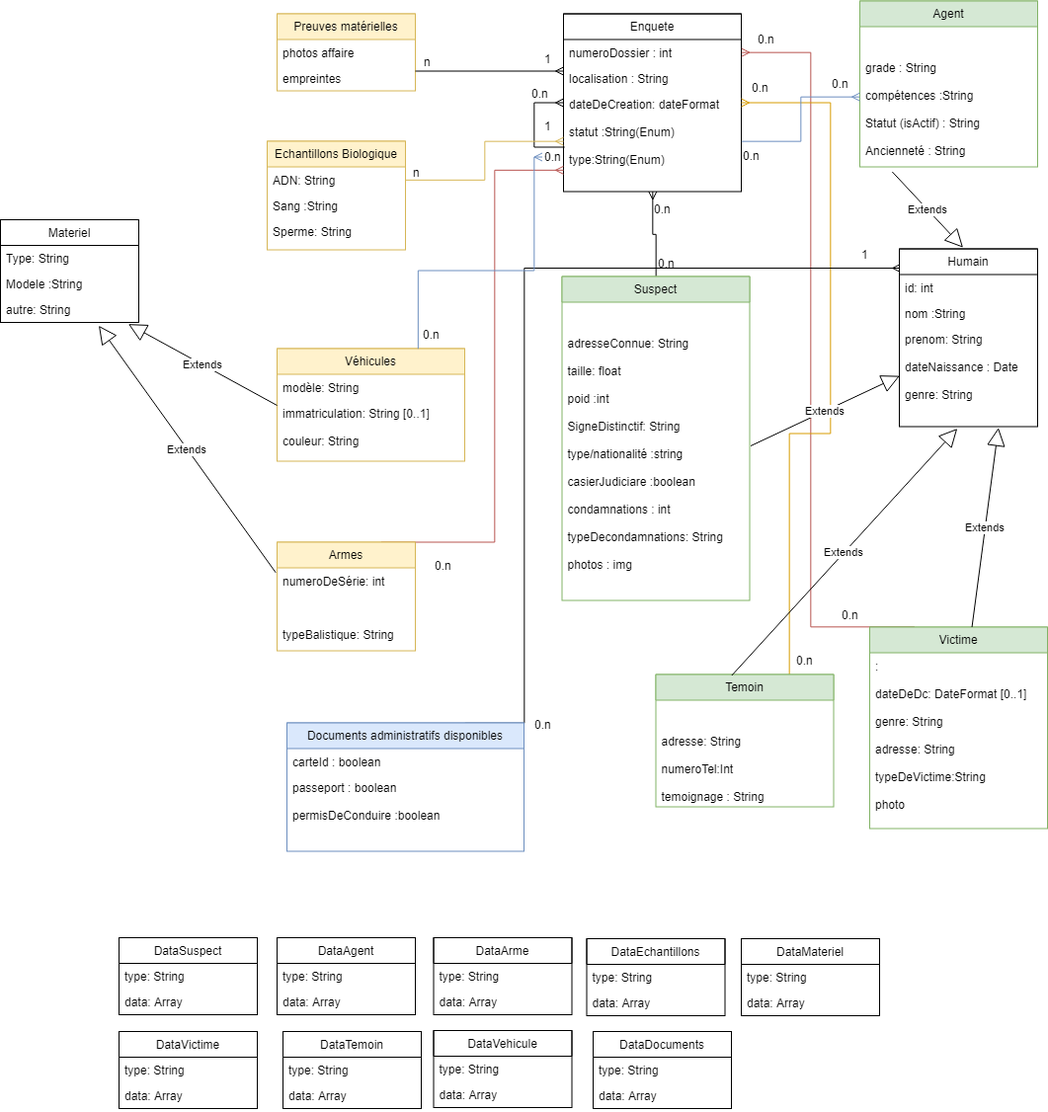
Earlier version of the draw.io export Document/diagramme_de_classe.png (jipaow/CSI-Back). Source tidied: cells renumbered, new cells last; positions are measured from the earlier drawing's top-left corner, leaving out a move shared by most shapes.
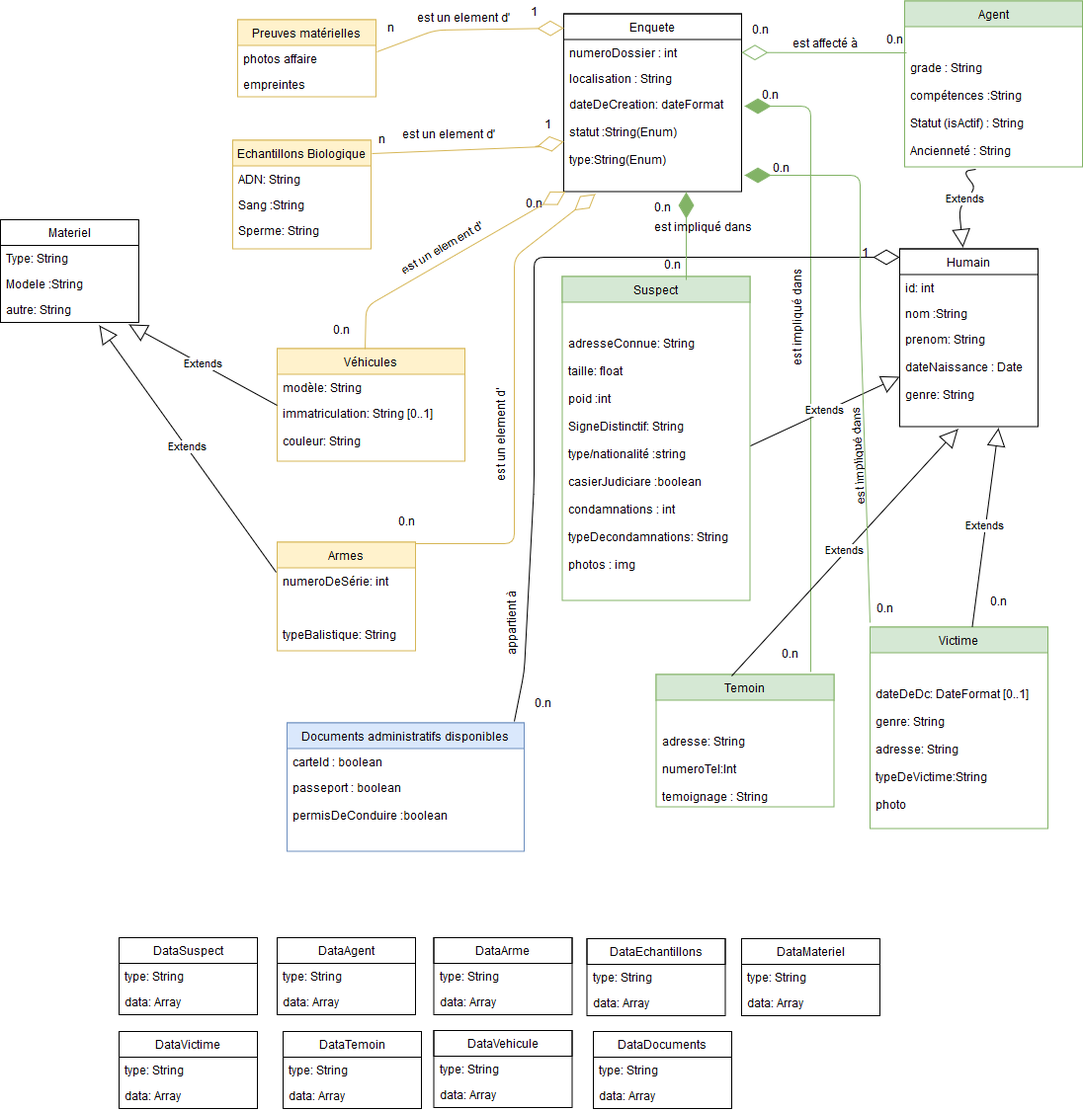
After the commit.

Diff of the diagram source:
```diff
@@ -17,3 +17,3 @@
     <mxCell id="6" value="Agent" style="swimlane;fontStyle=0;horizontal=1;startSize=26;fillColor=#d5e8d4;swimlaneFillColor=#ffffff;strokeColor=#82b366;" parent="1" vertex="1">
-      <mxGeometry x="870" y="0.5" width="180" height="168" as="geometry" />
+      <mxGeometry x="915" y="0.5" width="180" height="168" as="geometry" />
     </mxCell>
@@ -22,5 +22,2 @@
     </mxCell>
-    <mxCell id="8" style="edgeStyle=orthogonalEdgeStyle;rounded=0;html=1;exitX=0.5;exitY=0;endArrow=ERmany;endFill=0;jettySize=auto;" parent="1" edge="1" source="9" target="2">
-      <mxGeometry relative="1" as="geometry" />
-    </mxCell>
     <mxCell id="9" value="Suspect" style="swimlane;fontStyle=0;horizontal=1;startSize=26;fillColor=#d5e8d4;swimlaneFillColor=#ffffff;strokeColor=#82b366;" parent="1" vertex="1">
@@ -31,10 +28,2 @@
     </mxCell>
-    <mxCell id="11" style="edgeStyle=orthogonalEdgeStyle;rounded=0;html=1;exitX=0.25;exitY=0;entryX=1;entryY=0.5;endArrow=ERmany;endFill=0;jettySize=auto;fillColor=#f8cecc;strokeColor=#b85450;" parent="1" edge="1" source="12" target="3">
-      <mxGeometry relative="1" as="geometry">
-        <Array as="points">
-          <mxPoint x="820" y="634.5" />
-          <mxPoint x="820" y="52.5" />
-        </Array>
-      </mxGeometry>
-    </mxCell>
     <mxCell id="12" value="Victime" style="swimlane;fontStyle=0;horizontal=1;startSize=26;fillColor=#d5e8d4;swimlaneFillColor=#ffffff;strokeColor=#82b366;" parent="1" vertex="1">
@@ -42,14 +31,5 @@
     </mxCell>
-    <mxCell id="13" value=":&#10;&#10;dateDeDc: DateFormat [0..1]&#10;&#10;genre: String&#10;&#10;adresse: String&#10;&#10;typeDeVictime:String&#10;&#10;photo&#10;&#10;&#10;" style="text;strokeColor=none;fillColor=none;align=left;verticalAlign=top;spacingLeft=4;spacingRight=4;overflow=hidden;" parent="12" vertex="1">
+    <mxCell id="13" value="&#10;&#10;dateDeDc: DateFormat [0..1]&#10;&#10;genre: String&#10;&#10;adresse: String&#10;&#10;typeDeVictime:String&#10;&#10;photo&#10;&#10;&#10;" style="text;strokeColor=none;fillColor=none;align=left;verticalAlign=top;spacingLeft=4;spacingRight=4;overflow=hidden;" parent="12" vertex="1">
       <mxGeometry y="26" width="180" height="178" as="geometry" />
     </mxCell>
-    <mxCell id="14" style="edgeStyle=orthogonalEdgeStyle;rounded=0;html=1;exitX=0.75;exitY=0;endArrow=ERmany;endFill=0;jettySize=auto;fillColor=#ffe6cc;strokeColor=#d79b00;" parent="1" edge="1" source="15" target="2">
-      <mxGeometry relative="1" as="geometry">
-        <Array as="points">
-          <mxPoint x="798" y="438.5" />
-          <mxPoint x="840" y="438.5" />
-          <mxPoint x="840" y="103.5" />
-        </Array>
-      </mxGeometry>
-    </mxCell>
     <mxCell id="15" value="Temoin" style="swimlane;fontStyle=0;horizontal=1;startSize=26;fillColor=#d5e8d4;swimlaneFillColor=#ffffff;strokeColor=#82b366;" parent="1" vertex="1">
@@ -60,2 +40,10 @@
     </mxCell>
+    <mxCell id="101" style="endArrow=diamondThin;endFill=1;endSize=24;html=1;entryX=1.017;entryY=0.152;entryPerimeter=0;fillColor=#d5e8d4;strokeColor=#82b366;" parent="15" edge="1" target="5">
+      <mxGeometry relative="1" as="geometry">
+        <mxPoint x="156.5" y="-2.5" as="sourcePoint" />
+        <Array as="points">
+          <mxPoint x="156.5" y="-575.5" />
+        </Array>
+      </mxGeometry>
+    </mxCell>
     <mxCell id="17" value="&lt;div&gt;&lt;br&gt;&lt;/div&gt;" style="text;html=1;" parent="1" vertex="1">
@@ -63,10 +51,2 @@
     </mxCell>
-    <mxCell id="18" style="edgeStyle=orthogonalEdgeStyle;rounded=0;html=1;exitX=0.75;exitY=0;entryX=0.008;entryY=-0.256;entryPerimeter=0;endArrow=ERmany;endFill=0;jettySize=auto;" parent="1" edge="1" source="19" target="42">
-      <mxGeometry relative="1" as="geometry">
-        <Array as="points">
-          <mxPoint x="530" y="731.5" />
-          <mxPoint x="530" y="270.5" />
-        </Array>
-      </mxGeometry>
-    </mxCell>
     <mxCell id="19" value="Documents administratifs disponibles" style="swimlane;fontStyle=0;horizontal=1;startSize=26;fillColor=#dae8fc;swimlaneFillColor=#ffffff;strokeColor=#6c8ebf;" parent="1" vertex="1">
@@ -81,3 +61,3 @@
     <mxCell id="22" value="Preuves matérielles" style="swimlane;fontStyle=0;horizontal=1;startSize=26;fillColor=#fff2cc;swimlaneFillColor=#ffffff;strokeColor=#d6b656;" parent="1" vertex="1">
-      <mxGeometry x="280" y="13.5" width="140" height="78" as="geometry" />
+      <mxGeometry x="240" y="19.5" width="140" height="78" as="geometry" />
     </mxCell>
@@ -90,3 +70,3 @@
     <mxCell id="25" value="Echantillons Biologique" style="swimlane;fontStyle=0;horizontal=1;startSize=26;fillColor=#fff2cc;swimlaneFillColor=#ffffff;strokeColor=#d6b656;" parent="1" vertex="1">
-      <mxGeometry x="270" y="142.5" width="140" height="110" as="geometry" />
+      <mxGeometry x="235" y="141.5" width="140" height="110" as="geometry" />
     </mxCell>
@@ -101,9 +81,2 @@
     </mxCell>
-    <mxCell id="29" style="edgeStyle=orthogonalEdgeStyle;rounded=0;html=1;exitX=0.75;exitY=0;endArrow=ERmany;endFill=0;jettySize=auto;" parent="1" edge="1" source="65" target="2">
-      <mxGeometry relative="1" as="geometry">
-        <Array as="points">
-          <mxPoint x="540" y="103.5" />
-        </Array>
-      </mxGeometry>
-    </mxCell>
     <mxCell id="30" value="Véhicules" style="swimlane;fontStyle=0;horizontal=1;startSize=26;fillColor=#fff2cc;swimlaneFillColor=#ffffff;strokeColor=#d6b656;" parent="1" vertex="1">
@@ -122,10 +95,2 @@
     </mxCell>
-    <mxCell id="34" style="edgeStyle=orthogonalEdgeStyle;rounded=0;html=1;exitX=0.75;exitY=0;endArrow=ERmany;endFill=0;jettySize=auto;fillColor=#f8cecc;strokeColor=#b85450;" parent="1" edge="1" source="35" target="5">
-      <mxGeometry relative="1" as="geometry">
-        <Array as="points">
-          <mxPoint x="500" y="548.5" />
-          <mxPoint x="500" y="171.5" />
-        </Array>
-      </mxGeometry>
-    </mxCell>
     <mxCell id="35" value="Armes" style="swimlane;fontStyle=0;horizontal=1;startSize=26;fillColor=#fff2cc;swimlaneFillColor=#ffffff;strokeColor=#d6b656;" parent="1" vertex="1">
@@ -139,14 +104,2 @@
     </mxCell>
-    <mxCell id="38" style="endArrow=ERmany;endFill=0;html=1;edgeStyle=orthogonalEdgeStyle;align=left;verticalAlign=top;" parent="1" edge="1">
-      <mxGeometry x="-1" relative="1" as="geometry">
-        <mxPoint x="420" y="71.5" as="sourcePoint" />
-        <mxPoint x="570" y="71.5" as="targetPoint" />
-      </mxGeometry>
-    </mxCell>
-    <mxCell id="39" style="html=1;align=left;verticalAlign=bottom;labelBackgroundColor=#ffffff;fontSize=10;" parent="38" vertex="1">
-      <mxGeometry x="-1" relative="1" as="geometry" />
-    </mxCell>
-    <mxCell id="40" style="edgeStyle=orthogonalEdgeStyle;rounded=0;html=1;exitX=1;exitY=0.5;jettySize=auto;endArrow=ERmany;endFill=0;fillColor=#fff2cc;strokeColor=#d6b656;" parent="1" edge="1" source="26" target="5">
-      <mxGeometry relative="1" as="geometry" />
-    </mxCell>
     <mxCell id="41" value="Humain" style="swimlane;fontStyle=0;horizontal=1;startSize=26;fillColor=none;swimlaneFillColor=#ffffff;" parent="1" vertex="1">
@@ -163,4 +116,10 @@
     </mxCell>
-    <mxCell id="45" value="Extends" style="endArrow=block;endSize=16;endFill=0;html=1;exitX=0.181;exitY=1.034;exitPerimeter=0;entryX=0.458;entryY=-0.008;entryPerimeter=0;" parent="1" edge="1" source="7" target="41">
-      <mxGeometry relative="1" as="geometry" />
+    <mxCell id="45" value="Extends" style="endArrow=block;endSize=16;endFill=0;html=1;exitX=0.4;exitY=1.018;exitPerimeter=0;entryX=0.458;entryY=-0.008;entryPerimeter=0;" parent="1" edge="1" source="7" target="41">
+      <mxGeometry relative="1" as="geometry">
+        <Array as="points">
+          <mxPoint x="974" y="173" />
+          <mxPoint x="987" y="190" />
+          <mxPoint x="970" y="210" />
+        </Array>
+      </mxGeometry>
     </mxCell>
@@ -172,5 +131,2 @@
     </mxCell>
-    <mxCell id="48" style="edgeStyle=orthogonalEdgeStyle;rounded=0;html=1;exitX=1;exitY=0.5;endArrow=ERmany;endFill=0;jettySize=auto;sourcePerimeterSpacing=17;fillColor=#dae8fc;strokeColor=#6c8ebf;" parent="1" edge="1" source="5" target="7">
-      <mxGeometry relative="1" as="geometry" />
-    </mxCell>
     <mxCell id="49" value="Extends" style="endArrow=block;endSize=16;endFill=0;html=1;exitX=1.004;exitY=0.482;exitPerimeter=0;entryX=0;entryY=0.5;" parent="1" edge="1" source="10" target="44">
@@ -179,3 +135,3 @@
     <mxCell id="50" value="0.n" style="text;html=1;align=left;verticalAlign=top;spacingTop=-4;" parent="1" vertex="1">
-      <mxGeometry x="663.5" y="257.5" width="30" height="20" as="geometry" />
+      <mxGeometry x="670" y="259.5" width="30" height="20" as="geometry" />
     </mxCell>
@@ -185,27 +141,27 @@
     <mxCell id="52" value="0.n" style="text;html=1;align=left;verticalAlign=top;spacingTop=-4;" parent="1" vertex="1">
-      <mxGeometry x="840" y="74.5" width="30" height="20" as="geometry" />
+      <mxGeometry x="895" y="31.5" width="30" height="20" as="geometry" />
     </mxCell>
     <mxCell id="53" value="0.n" style="text;html=1;align=left;verticalAlign=top;spacingTop=-4;" parent="1" vertex="1">
-      <mxGeometry x="750" y="147.5" width="30" height="20" as="geometry" />
+      <mxGeometry x="768.5" y="87.5" width="30" height="20" as="geometry" />
     </mxCell>
-    <mxCell id="54" value="0.n" style="text;html=1;align=left;verticalAlign=top;spacingTop=-4;" parent="1" vertex="1">
-      <mxGeometry x="803.5" y="658.5" width="30" height="20" as="geometry" />
+    <mxCell id="54" value="0.n" style="text;html=1;align=left;verticalAlign=top;spacingTop=-4;direction=south;" parent="1" vertex="1">
+      <mxGeometry x="788.5" y="653.5" width="20" height="30" as="geometry" />
     </mxCell>
     <mxCell id="55" value="0.n" style="text;html=1;align=left;verticalAlign=top;spacingTop=-4;" parent="1" vertex="1">
-      <mxGeometry x="758.5" y="78.5" width="30" height="20" as="geometry" />
+      <mxGeometry x="780" y="161.5" width="30" height="20" as="geometry" />
     </mxCell>
     <mxCell id="56" value="0.n" style="text;html=1;align=left;verticalAlign=top;spacingTop=-4;" parent="1" vertex="1">
-      <mxGeometry x="850" y="612.5" width="30" height="20" as="geometry" />
+      <mxGeometry x="885" y="607.5" width="30" height="20" as="geometry" />
     </mxCell>
+    <mxCell id="63" value="0.n" style="text;html=1;align=left;verticalAlign=top;spacingTop=-4;" parent="1" vertex="1">
+      <mxGeometry x="1000" y="600.5" width="30" height="20" as="geometry" />
+    </mxCell>
-    <mxCell id="57" value="0.n" style="text;html=1;align=left;verticalAlign=top;spacingTop=-4;" parent="1" vertex="1">
-      <mxGeometry x="765" y="29.5" width="30" height="20" as="geometry" />
+    <mxCell id="57" value="0.n" style="text;html=1;align=left;verticalAlign=top;spacingTop=-4;direction=south;" parent="1" vertex="1">
+      <mxGeometry x="758.5" y="21.5" width="20" height="30" as="geometry" />
     </mxCell>
-    <mxCell id="58" value="n" style="text;html=1;align=left;verticalAlign=top;spacingTop=-4;" parent="1" vertex="1">
-      <mxGeometry x="427" y="52.5" width="20" height="20" as="geometry" />
-    </mxCell>
     <mxCell id="59" value="1" style="text;html=1;align=left;verticalAlign=top;spacingTop=-4;" parent="1" vertex="1">
-      <mxGeometry x="548.5" y="49.5" width="20" height="20" as="geometry" />
+      <mxGeometry x="535" y="3.5" width="20" height="20" as="geometry" />
     </mxCell>
     <mxCell id="60" value="n" style="text;html=1;align=left;verticalAlign=top;spacingTop=-4;" parent="1" vertex="1">
-      <mxGeometry x="416" y="164.5" width="20" height="20" as="geometry" />
+      <mxGeometry x="381" y="132.5" width="20" height="20" as="geometry" />
     </mxCell>
@@ -215,23 +171,12 @@
     <mxCell id="62" value="0.n" style="text;html=1;align=left;verticalAlign=top;spacingTop=-4;" parent="1" vertex="1">
-      <mxGeometry x="426" y="328.5" width="30" height="20" as="geometry" />
+      <mxGeometry x="335" y="326" width="30" height="20" as="geometry" />
     </mxCell>
-    <mxCell id="63" value="0.n" style="text;html=1;align=left;verticalAlign=top;spacingTop=-4;" parent="1" vertex="1">
-      <mxGeometry x="536" y="84.5" width="30" height="20" as="geometry" />
-    </mxCell>
     <mxCell id="64" value="0.n" style="text;html=1;align=left;verticalAlign=top;spacingTop=-4;" parent="1" vertex="1">
-      <mxGeometry x="438" y="562.5" width="30" height="20" as="geometry" />
+      <mxGeometry x="401" y="520" width="30" height="20" as="geometry" />
     </mxCell>
     <mxCell id="65" value="0.n" style="text;html=1;points=[];align=left;verticalAlign=top;spacingTop=-4;" parent="1" vertex="1">
-      <mxGeometry x="548.5" y="148.5" width="30" height="20" as="geometry" />
+      <mxGeometry x="530" y="197.5" width="30" height="20" as="geometry" />
     </mxCell>
-    <mxCell id="66" style="edgeStyle=orthogonalEdgeStyle;rounded=0;html=1;exitX=0.75;exitY=0;endArrow=ERmany;endFill=0;jettySize=auto;fillColor=#dae8fc;strokeColor=#6c8ebf;" parent="1" edge="1" source="30" target="65">
-      <mxGeometry relative="1" as="geometry">
-        <Array as="points">
-          <mxPoint x="423" y="273.5" />
-          <mxPoint x="540" y="273.5" />
-        </Array>
-      </mxGeometry>
-    </mxCell>
     <mxCell id="67" value="0.n" style="text;html=1;align=left;verticalAlign=top;spacingTop=-4;" parent="1" vertex="1">
-      <mxGeometry x="539" y="723.5" width="30" height="20" as="geometry" />
+      <mxGeometry x="538.5" y="703.5" width="30" height="20" as="geometry" />
     </mxCell>
@@ -336,2 +281,95 @@
     </mxCell>
+    <mxCell id="102" style="endArrow=diamondThin;endFill=0;endSize=24;html=1;exitX=1.007;exitY=0.25;exitPerimeter=0;fillColor=#fff2cc;strokeColor=#d6b656;" parent="1" edge="1" source="23">
+      <mxGeometry relative="1" as="geometry">
+        <mxPoint x="570" y="28" as="targetPoint" />
+        <Array as="points">
+          <mxPoint x="440" y="30" />
+        </Array>
+      </mxGeometry>
+    </mxCell>
+    <mxCell id="58" value="n" style="text;html=1;align=left;verticalAlign=top;spacingTop=-4;" parent="1" vertex="1">
+      <mxGeometry x="390" y="19.5" width="20" height="20" as="geometry" />
+    </mxCell>
+    <mxCell id="103" style="endArrow=diamondThin;endFill=0;endSize=24;html=1;entryX=0;entryY=0.5;exitX=1.007;exitY=0.123;exitPerimeter=0;fillColor=#fff2cc;strokeColor=#d6b656;" parent="1" edge="1" source="25" target="5">
+      <mxGeometry relative="1" as="geometry">
+        <Array as="points">
+          <mxPoint x="500" y="150" />
+          <mxPoint x="550" y="148" />
+          <mxPoint x="540" y="148" />
+        </Array>
+      </mxGeometry>
+    </mxCell>
+    <mxCell id="104" style="endArrow=diamondThin;endFill=0;endSize=24;html=1;exitX=0.468;exitY=0.004;fillColor=#fff2cc;strokeColor=#d6b656;exitPerimeter=0;" parent="1" edge="1" source="30" target="5">
+      <mxGeometry relative="1" as="geometry">
+        <Array as="points">
+          <mxPoint x="370" y="310" />
+        </Array>
+      </mxGeometry>
+    </mxCell>
+    <mxCell id="105" style="endArrow=diamondThin;endFill=0;endSize=24;html=1;entryX=0.178;entryY=1.025;entryPerimeter=0;fillColor=#fff2cc;strokeColor=#d6b656;" parent="1" edge="1" target="5">
+      <mxGeometry relative="1" as="geometry">
+        <mxPoint x="420" y="550" as="sourcePoint" />
+        <Array as="points">
+          <mxPoint x="520" y="550" />
+          <mxPoint x="520" y="400" />
+          <mxPoint x="520" y="260" />
+        </Array>
+      </mxGeometry>
+    </mxCell>
+    <mxCell id="106" style="endArrow=diamondThin;endFill=0;endSize=24;html=1;entryX=0;entryY=0.047;entryPerimeter=0;" parent="1" edge="1" target="41">
+      <mxGeometry relative="1" as="geometry">
+        <mxPoint x="520" y="730" as="sourcePoint" />
+        <Array as="points">
+          <mxPoint x="530" y="680" />
+          <mxPoint x="540" y="490" />
+          <mxPoint x="540" y="260" />
+          <mxPoint x="740" y="260" />
+        </Array>
+      </mxGeometry>
+    </mxCell>
+    <mxCell id="107" style="endArrow=diamondThin;endFill=0;endSize=24;html=1;fillColor=#d5e8d4;strokeColor=#82b366;exitX=0.011;exitY=0.187;exitPerimeter=0;" parent="1" edge="1" source="7" target="3">
+      <mxGeometry relative="1" as="geometry" />
+    </mxCell>
+    <mxCell id="108" value="est un element d'" style="text;html=1;align=left;verticalAlign=top;spacingTop=-4;" parent="1" vertex="1">
+      <mxGeometry x="420" y="9.5" width="110" height="20" as="geometry" />
+    </mxCell>
+    <mxCell id="109" style="endArrow=diamondThin;endFill=1;endSize=24;html=1;exitX=1.017;exitY=1.075;exitPerimeter=0;fillColor=#d5e8d4;strokeColor=#82b366;" parent="1" edge="1">
+      <mxGeometry relative="1" as="geometry">
+        <mxPoint x="694" y="283" as="sourcePoint" />
+        <mxPoint x="694" y="194" as="targetPoint" />
+      </mxGeometry>
+    </mxCell>
+    <mxCell id="110" value="est un element d'" style="text;html=1;align=left;verticalAlign=top;spacingTop=-4;" parent="1" vertex="1">
+      <mxGeometry x="404.5" y="127.5" width="110" height="20" as="geometry" />
+    </mxCell>
+    <mxCell id="111" value="est un element d'" style="text;html=1;align=left;verticalAlign=top;spacingTop=-4;rotation=-30;" parent="1" vertex="1">
+      <mxGeometry x="398.5" y="239.5" width="110" height="20" as="geometry" />
+    </mxCell>
+    <mxCell id="112" value="est un element d'" style="text;html=1;align=left;verticalAlign=top;spacingTop=-4;rotation=-90;" parent="1" vertex="1">
+      <mxGeometry x="453.5" y="423.5" width="110" height="20" as="geometry" />
+    </mxCell>
+    <mxCell id="113" value="appartient à" style="text;html=1;align=left;verticalAlign=top;spacingTop=-4;rotation=-90;" parent="1" vertex="1">
+      <mxGeometry x="480" y="614.5" width="80" height="20" as="geometry" />
+    </mxCell>
+    <mxCell id="114" value="est affecté à" style="text;html=1;align=left;verticalAlign=top;spacingTop=-4;" parent="1" vertex="1">
+      <mxGeometry x="800" y="35.5" width="80" height="20" as="geometry" />
+    </mxCell>
+    <mxCell id="115" style="endArrow=diamondThin;endFill=1;endSize=24;html=1;fillColor=#d5e8d4;strokeColor=#82b366;entryX=1.017;entryY=0.838;entryPerimeter=0;" parent="1" edge="1" target="5">
+      <mxGeometry relative="1" as="geometry">
+        <mxPoint x="880" y="630" as="sourcePoint" />
+        <Array as="points">
+          <mxPoint x="870" y="310" />
+          <mxPoint x="870" y="177" />
+        </Array>
+      </mxGeometry>
+    </mxCell>
+    <mxCell id="116" value="est impliqué dans" style="text;html=1;align=left;verticalAlign=top;spacingTop=-4;" parent="1" vertex="1">
+      <mxGeometry x="660" y="222" width="110" height="20" as="geometry" />
+    </mxCell>
+    <mxCell id="117" value="est impliqué dans" style="text;html=1;align=left;verticalAlign=top;spacingTop=-4;rotation=-90;" parent="1" vertex="1">
+      <mxGeometry x="753.5" y="306.5" width="110" height="20" as="geometry" />
+    </mxCell>
+    <mxCell id="118" value="est impliqué dans" style="text;html=1;align=left;verticalAlign=top;spacingTop=-4;rotation=-93;" parent="1" vertex="1">
+      <mxGeometry x="815" y="446.5" width="110" height="20" as="geometry" />
+    </mxCell>
   </root>
```
